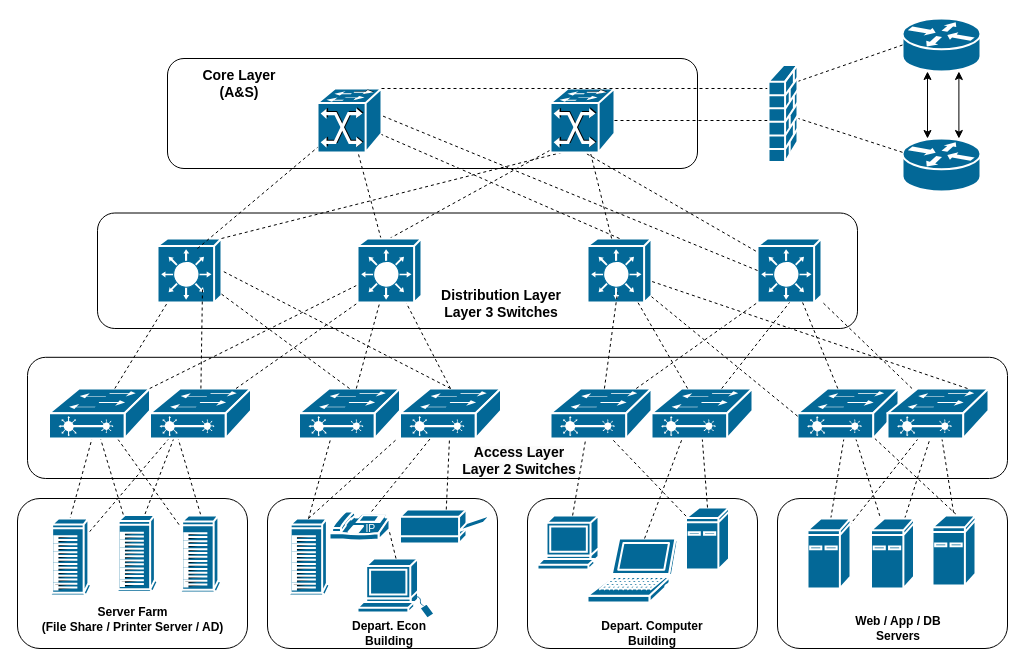
Above: page "Scenario 2 - P1" (1 of 2) of Untitled Diagram.drawio in geekcu/design-drawing (draw.io), before the change. Source tidied: cells renumbered, new cells numbered last; positions are measured from the earlier drawing's top-left corner, leaving out a move shared by most shapes. Both pictures are drawn from the tidied source at 100%, with x=0, y=0 at pixel (17, 18).
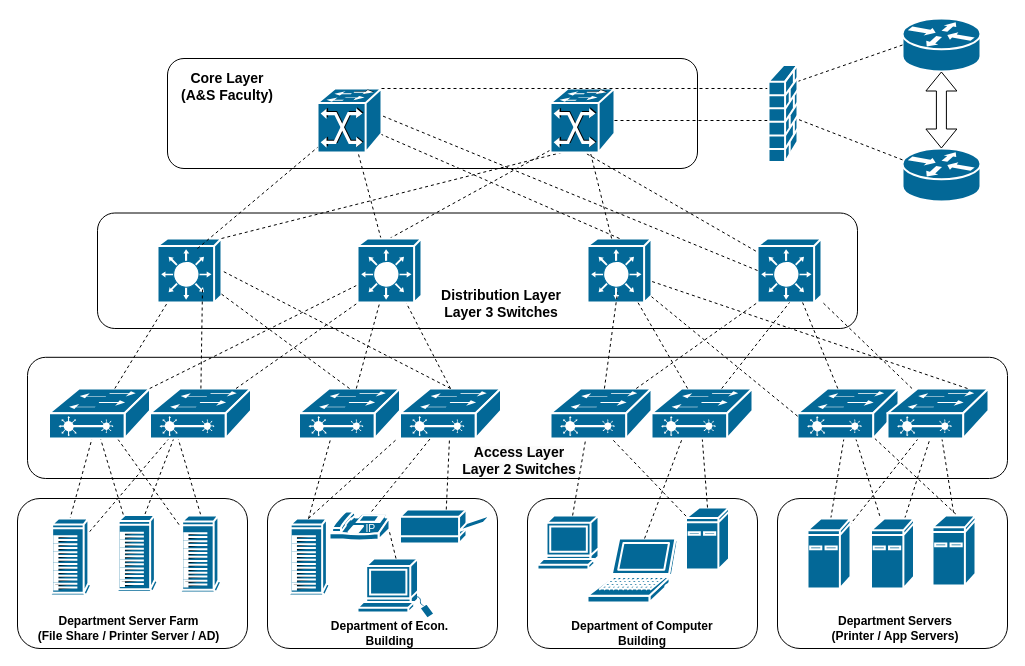
Above is the later version.

Change to the diagram source:
```diff
@@
-    <mxCell id="18" value="&lt;b&gt;&lt;font style=&quot;font-size: 14px;&quot;&gt;Core Layer&lt;br&gt;(A&amp;amp;S)&lt;br&gt;&lt;/font&gt;&lt;/b&gt;" style="text;html=1;strokeColor=none;fillColor=none;align=center;verticalAlign=middle;whiteSpace=wrap;rounded=0;" parent="1" vertex="1">
-      <mxGeometry x="161.5" y="50" width="120" height="30" as="geometry" />
+    <mxCell id="18" value="&lt;b&gt;&lt;font style=&quot;font-size: 14px;&quot;&gt;Core Layer&lt;br&gt;(A&amp;amp;S Faculty)&lt;br&gt;&lt;/font&gt;&lt;/b&gt;" style="text;html=1;strokeColor=none;fillColor=none;align=center;verticalAlign=middle;whiteSpace=wrap;rounded=0;" parent="1" vertex="1">
+      <mxGeometry x="150" y="53" width="120" height="30" as="geometry" />
     </mxCell>
@@
-    <mxCell id="20" value="&lt;b&gt;Server Farm&lt;br&gt;(File Share / Printer Server / AD)&lt;/b&gt;" style="text;html=1;strokeColor=none;fillColor=none;align=center;verticalAlign=middle;whiteSpace=wrap;rounded=0;" parent="1" vertex="1">
-      <mxGeometry x="22.5" y="585.5" width="185" height="30" as="geometry" />
+    <mxCell id="20" value="&lt;b&gt;Department Server Farm&lt;br&gt;(File Share / Printer Server / AD)&lt;/b&gt;" style="text;html=1;strokeColor=none;fillColor=none;align=center;verticalAlign=middle;whiteSpace=wrap;rounded=0;" parent="1" vertex="1">
+      <mxGeometry x="19" y="595" width="185" height="30" as="geometry" />
     </mxCell>
@@
-    <mxCell id="23" value="&lt;b&gt;Depart. Econ Building&lt;/b&gt;" style="text;html=1;strokeColor=none;fillColor=none;align=center;verticalAlign=middle;whiteSpace=wrap;rounded=0;" parent="1" vertex="1">
-      <mxGeometry x="312" y="600" width="120" height="30" as="geometry" />
+    <mxCell id="23" value="&lt;b&gt;Department of Econ. Building&lt;/b&gt;" style="text;html=1;strokeColor=none;fillColor=none;align=center;verticalAlign=middle;whiteSpace=wrap;rounded=0;" parent="1" vertex="1">
+      <mxGeometry x="304.5" y="600" width="135" height="30" as="geometry" />
     </mxCell>
@@
-    <mxCell id="30" value="&lt;b&gt;Depart. Computer Building&lt;/b&gt;" style="text;html=1;strokeColor=none;fillColor=none;align=center;verticalAlign=middle;whiteSpace=wrap;rounded=0;" parent="1" vertex="1">
-      <mxGeometry x="570" y="600" width="130" height="30" as="geometry" />
+    <mxCell id="30" value="&lt;b&gt;Department of Computer Building&lt;/b&gt;" style="text;html=1;strokeColor=none;fillColor=none;align=center;verticalAlign=middle;whiteSpace=wrap;rounded=0;" parent="1" vertex="1">
+      <mxGeometry x="550" y="600" width="150" height="30" as="geometry" />
     </mxCell>
@@
-    <mxCell id="32" value="&lt;b&gt;Web / App / DB&lt;br&gt;Servers&lt;/b&gt;" style="text;html=1;strokeColor=none;fillColor=none;align=center;verticalAlign=middle;whiteSpace=wrap;rounded=0;" parent="1" vertex="1">
-      <mxGeometry x="804" y="595" width="154" height="30" as="geometry" />
+    <mxCell id="32" value="&lt;b&gt;Department Servers&lt;br&gt;(Printer / App Servers)&lt;br&gt;&lt;/b&gt;" style="text;html=1;strokeColor=none;fillColor=none;align=center;verticalAlign=middle;whiteSpace=wrap;rounded=0;" parent="1" vertex="1">
+      <mxGeometry x="790" y="595" width="176" height="30" as="geometry" />
     </mxCell>
@@
     <mxCell id="81" style="shape=mxgraph.cisco.routers.router;sketch=0;html=1;dashed=0;fillColor=#036897;strokeColor=#ffffff;strokeWidth=2;verticalLabelPosition=bottom;verticalAlign=top;align=center;outlineConnect=0;" parent="1" vertex="1">
-      <mxGeometry x="885" y="120" width="78" height="53" as="geometry" />
+      <mxGeometry x="885" y="130" width="78" height="53" as="geometry" />
     </mxCell>
@@
-    <mxCell id="88" style="endArrow=classic;startArrow=classic;html=1;rounded=0;" parent="1" edge="1">
-      <mxGeometry relative="1" as="geometry">
-        <mxPoint x="910" y="120" as="sourcePoint" />
-        <mxPoint x="910" y="53" as="targetPoint" />
-      </mxGeometry>
-    </mxCell>
-    <mxCell id="89" style="endArrow=classic;startArrow=classic;html=1;rounded=0;" parent="1" edge="1">
-      <mxGeometry relative="1" as="geometry">
-        <mxPoint x="941.4" y="120" as="sourcePoint" />
-        <mxPoint x="941.4" y="53" as="targetPoint" />
-      </mxGeometry>
-    </mxCell>
@@
+    <mxCell id="98" style="shape=flexArrow;endArrow=classic;startArrow=classic;html=1;rounded=0;" parent="1" edge="1">
+      <mxGeometry relative="1" as="geometry">
+        <mxPoint x="923.9" y="130" as="sourcePoint" />
+        <mxPoint x="923.9" y="53" as="targetPoint" />
+      </mxGeometry>
+    </mxCell>
```
